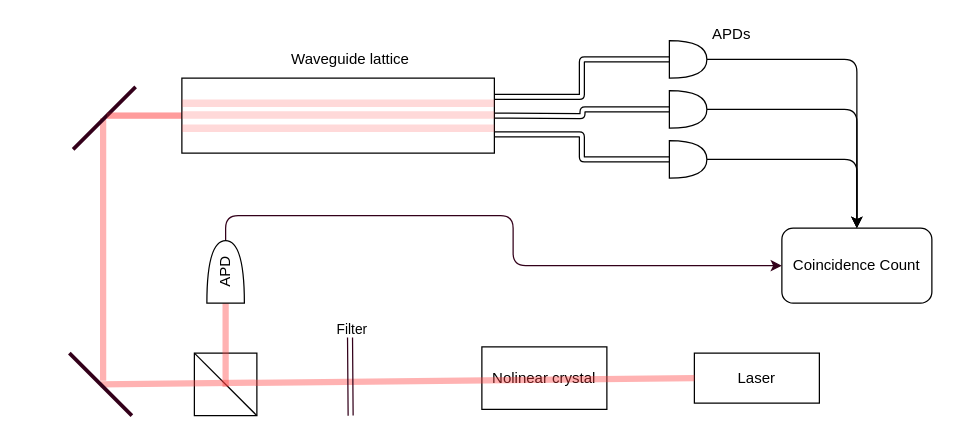
Before: Experiment_3level.drawio in FishInAmber/FishNote, a draw.io diagram. Source tidied: cells renumbered, new cells numbered last; positions are measured from the earlier drawing's top-left corner, leaving out a move shared by most shapes. Both pictures are drawn from the tidied source at 125%, with x=0, y=0 at pixel (69, 21).
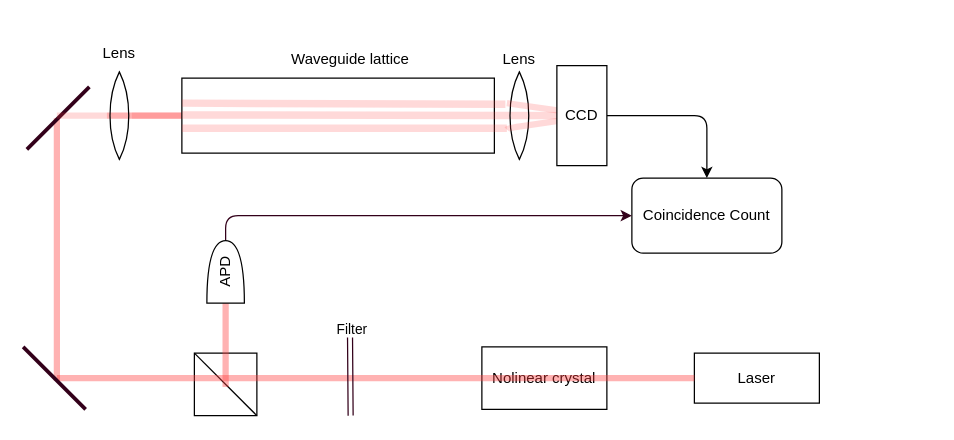
The same diagram, later.

Unchanged cells that the change refers to:
```xml
<mxCell id="12" value="Laser" style="rounded=0;whiteSpace=wrap;html=1;" parent="1" vertex="1">
  <mxGeometry x="500" y="265" width="100" height="40" as="geometry" />
</mxCell>
<mxCell id="26" style="rounded=0;whiteSpace=wrap;html=1;" parent="1" vertex="1">
  <mxGeometry x="90" y="45" width="250" height="60" as="geometry" />
</mxCell>
```

The edit, as a diff of the source:
```diff
@@
-    <mxCell id="2" style="edgeStyle=orthogonalEdgeStyle;shape=link;rounded=1;jettySize=auto;html=1;entryX=1;entryY=0.25;entryDx=0;entryDy=0;strokeColor=#000000;strokeWidth=1;" parent="1" edge="1" source="4" target="26">
-      <mxGeometry relative="1" as="geometry" />
-    </mxCell>
-    <mxCell id="3" style="edgeStyle=orthogonalEdgeStyle;rounded=1;jettySize=auto;html=1;exitX=1;exitY=0.5;exitDx=0;exitDy=0;exitPerimeter=0;strokeColor=#000000;strokeWidth=1;entryX=0.5;entryY=0;entryDx=0;entryDy=0;" parent="1" edge="1" source="4" target="11">
-      <mxGeometry relative="1" as="geometry" />
-    </mxCell>
-    <mxCell id="4" style="shape=or;whiteSpace=wrap;html=1;" parent="1" vertex="1">
-      <mxGeometry x="480" y="15" width="30" height="30" as="geometry" />
-    </mxCell>
-    <mxCell id="5" style="edgeStyle=orthogonalEdgeStyle;shape=link;rounded=1;jettySize=auto;html=1;strokeColor=#000000;strokeWidth=1;" parent="1" edge="1" source="7">
-      <mxGeometry relative="1" as="geometry">
-        <mxPoint x="340" y="75" as="targetPoint" />
-      </mxGeometry>
-    </mxCell>
-    <mxCell id="6" style="edgeStyle=orthogonalEdgeStyle;rounded=1;jettySize=auto;html=1;entryX=0.5;entryY=0;entryDx=0;entryDy=0;strokeColor=#000000;strokeWidth=1;" parent="1" edge="1" source="7" target="11">
-      <mxGeometry relative="1" as="geometry" />
-    </mxCell>
-    <mxCell id="7" style="shape=or;whiteSpace=wrap;html=1;" parent="1" vertex="1">
-      <mxGeometry x="480" y="55" width="30" height="30" as="geometry" />
-    </mxCell>
-    <mxCell id="8" style="edgeStyle=orthogonalEdgeStyle;shape=link;rounded=1;jettySize=auto;html=1;entryX=1;entryY=0.75;entryDx=0;entryDy=0;strokeColor=#000000;strokeWidth=1;" parent="1" edge="1" source="10" target="26">
-      <mxGeometry relative="1" as="geometry" />
-    </mxCell>
-    <mxCell id="9" style="edgeStyle=orthogonalEdgeStyle;rounded=1;jettySize=auto;html=1;entryX=0.5;entryY=0;entryDx=0;entryDy=0;strokeColor=#000000;strokeWidth=1;" parent="1" edge="1" source="10" target="11">
+    <mxCell id="9" style="edgeStyle=orthogonalEdgeStyle;rounded=1;jettySize=auto;html=1;entryX=0.5;entryY=0;entryDx=0;entryDy=0;strokeColor=#000000;strokeWidth=1;exitX=1;exitY=0.5;exitDx=0;exitDy=0;" parent="1" edge="1" source="40" target="11">
       <mxGeometry relative="1" as="geometry" />
     </mxCell>
-    <mxCell id="10" style="shape=or;whiteSpace=wrap;html=1;" parent="1" vertex="1">
-      <mxGeometry x="480" y="95" width="30" height="30" as="geometry" />
-    </mxCell>
     <mxCell id="11" value="Coincidence Count" style="rounded=1;whiteSpace=wrap;html=1;" parent="1" vertex="1">
-      <mxGeometry x="570" y="165" width="120" height="60" as="geometry" />
+      <mxGeometry x="450" y="125" width="120" height="60" as="geometry" />
     </mxCell>
@@
     <mxCell id="17" style="endArrow=none;html=1;strokeWidth=5;entryX=0;entryY=0.5;entryDx=0;entryDy=0;strokeColor=#FF4040;opacity=40;" parent="1" edge="1" target="12">
       <mxGeometry relative="1" as="geometry">
-        <mxPoint x="25" y="290" as="sourcePoint" />
+        <mxPoint x="-10" y="285" as="sourcePoint" />
       </mxGeometry>
     </mxCell>
     <mxCell id="18" style="endArrow=none;html=1;strokeColor=#FF4040;strokeWidth=5;opacity=40;" parent="1" edge="1">
       <mxGeometry relative="1" as="geometry">
-        <mxPoint x="27" y="287" as="sourcePoint" />
-        <mxPoint x="27" y="77" as="targetPoint" />
+        <mxPoint x="-10" y="287" as="sourcePoint" />
+        <mxPoint x="-10" y="77" as="targetPoint" />
       </mxGeometry>
     </mxCell>
@@
     <mxCell id="20" style="endArrow=none;html=1;strokeWidth=3;strokeColor=#33001A;" parent="1" edge="1">
       <mxGeometry relative="1" as="geometry">
-        <mxPoint x="3" y="102" as="sourcePoint" />
-        <mxPoint x="53" y="52" as="targetPoint" />
+        <mxPoint x="-34" y="102" as="sourcePoint" />
+        <mxPoint x="16" y="52" as="targetPoint" />
       </mxGeometry>
     </mxCell>
@@
-    <mxCell id="24" style="endArrow=none;html=1;strokeColor=#FF4040;strokeWidth=5;opacity=20;" parent="1" edge="1">
+    <mxCell id="24" style="endArrow=none;html=1;strokeColor=#FF4040;strokeWidth=5;opacity=20;" parent="1" edge="1" source="34">
       <mxGeometry relative="1" as="geometry">
-        <mxPoint x="30" y="75" as="sourcePoint" />
         <mxPoint x="340" y="75" as="targetPoint" />
       </mxGeometry>
     </mxCell>
     <mxCell id="25" style="endArrow=none;html=1;strokeWidth=3;strokeColor=#33001A;" parent="1" edge="1">
       <mxGeometry relative="1" as="geometry">
-        <mxPoint x="50" y="315" as="sourcePoint" />
-        <mxPoint y="265" as="targetPoint" />
+        <mxPoint x="13" y="310" as="sourcePoint" />
+        <mxPoint x="-37" y="260" as="targetPoint" />
       </mxGeometry>
     </mxCell>
@@
-    <mxCell id="27" style="endArrow=none;html=1;fillColor=#f5f5f5;strokeWidth=6;opacity=20;strokeColor=#FF4040;" parent="1" edge="1">
+    <mxCell id="27" style="endArrow=none;html=1;fillColor=#f5f5f5;strokeWidth=6;opacity=20;strokeColor=#FF4040;entryX=-0.06;entryY=0.371;entryDx=0;entryDy=0;entryPerimeter=0;" parent="1" edge="1" target="38">
       <mxGeometry x="410" y="250" as="geometry">
         <mxPoint x="90" y="65" as="sourcePoint" />
-        <mxPoint x="340" y="65" as="targetPoint" />
       </mxGeometry>
     </mxCell>
     <mxCell id="28" style="endArrow=none;html=1;fillColor=#f5f5f5;strokeWidth=6;opacity=20;strokeColor=#FF4040;" parent="1" edge="1">
       <mxGeometry x="410" y="250" as="geometry">
         <mxPoint x="90" y="74.5" as="sourcePoint" />
-        <mxPoint x="340" y="74.5" as="targetPoint" />
+        <mxPoint x="410" y="75" as="targetPoint" />
       </mxGeometry>
     </mxCell>
-    <mxCell id="29" style="endArrow=none;html=1;fillColor=#f5f5f5;strokeWidth=6;opacity=20;strokeColor=#FF4040;" parent="1" edge="1">
+    <mxCell id="29" style="endArrow=none;html=1;fillColor=#f5f5f5;strokeWidth=6;opacity=20;strokeColor=#FF4040;entryX=0;entryY=0.643;entryDx=0;entryDy=0;entryPerimeter=0;" parent="1" edge="1" target="38">
       <mxGeometry x="410" y="250" as="geometry">
         <mxPoint x="90" y="85" as="sourcePoint" />
-        <mxPoint x="340" y="85" as="targetPoint" />
       </mxGeometry>
     </mxCell>
@@
-    <mxCell id="31" value="APDs" style="text;html=1;strokeColor=none;fillColor=none;align=center;verticalAlign=middle;whiteSpace=wrap;rounded=0;" parent="1" vertex="1">
-      <mxGeometry x="510" width="40" height="20" as="geometry" />
-    </mxCell>
@@
+    <mxCell id="34" style="whiteSpace=wrap;html=1;shape=mxgraph.basic.pointed_oval;fillColor=none;" parent="1" vertex="1">
+      <mxGeometry x="30" y="40" width="20" height="70" as="geometry" />
+    </mxCell>
+    <mxCell id="35" style="endArrow=none;html=1;strokeColor=#FF4040;strokeWidth=5;opacity=20;" parent="1" edge="1" target="34">
+      <mxGeometry relative="1" as="geometry">
+        <mxPoint x="-10" y="75" as="sourcePoint" />
+      </mxGeometry>
+    </mxCell>
+    <mxCell id="36" value="Lens" style="text;html=1;strokeColor=none;fillColor=none;align=center;verticalAlign=middle;whiteSpace=wrap;rounded=0;" parent="1" vertex="1">
+      <mxGeometry x="20" y="15" width="40" height="20" as="geometry" />
+    </mxCell>
+    <mxCell id="37" value="Lens" style="text;html=1;strokeColor=none;fillColor=none;align=center;verticalAlign=middle;whiteSpace=wrap;rounded=0;" parent="1" vertex="1">
+      <mxGeometry x="340" y="20" width="40" height="20" as="geometry" />
+    </mxCell>
+    <mxCell id="38" style="whiteSpace=wrap;html=1;shape=mxgraph.basic.pointed_oval;fillColor=none;" parent="1" vertex="1">
+      <mxGeometry x="350" y="40" width="20" height="70" as="geometry" />
+    </mxCell>
+    <mxCell id="39" style="endArrow=none;html=1;strokeColor=#FF4040;strokeWidth=5;opacity=20;" parent="1" edge="1" target="38">
+      <mxGeometry relative="1" as="geometry">
+        <mxPoint x="350" y="65" as="sourcePoint" />
+        <Array as="points">
+          <mxPoint x="420" y="75" />
+          <mxPoint x="351" y="85" />
+        </Array>
+      </mxGeometry>
+    </mxCell>
+    <mxCell id="40" value="CCD" style="rounded=0;whiteSpace=wrap;html=1;" parent="1" vertex="1">
+      <mxGeometry x="390" y="35" width="40" height="80" as="geometry" />
+    </mxCell>
```
